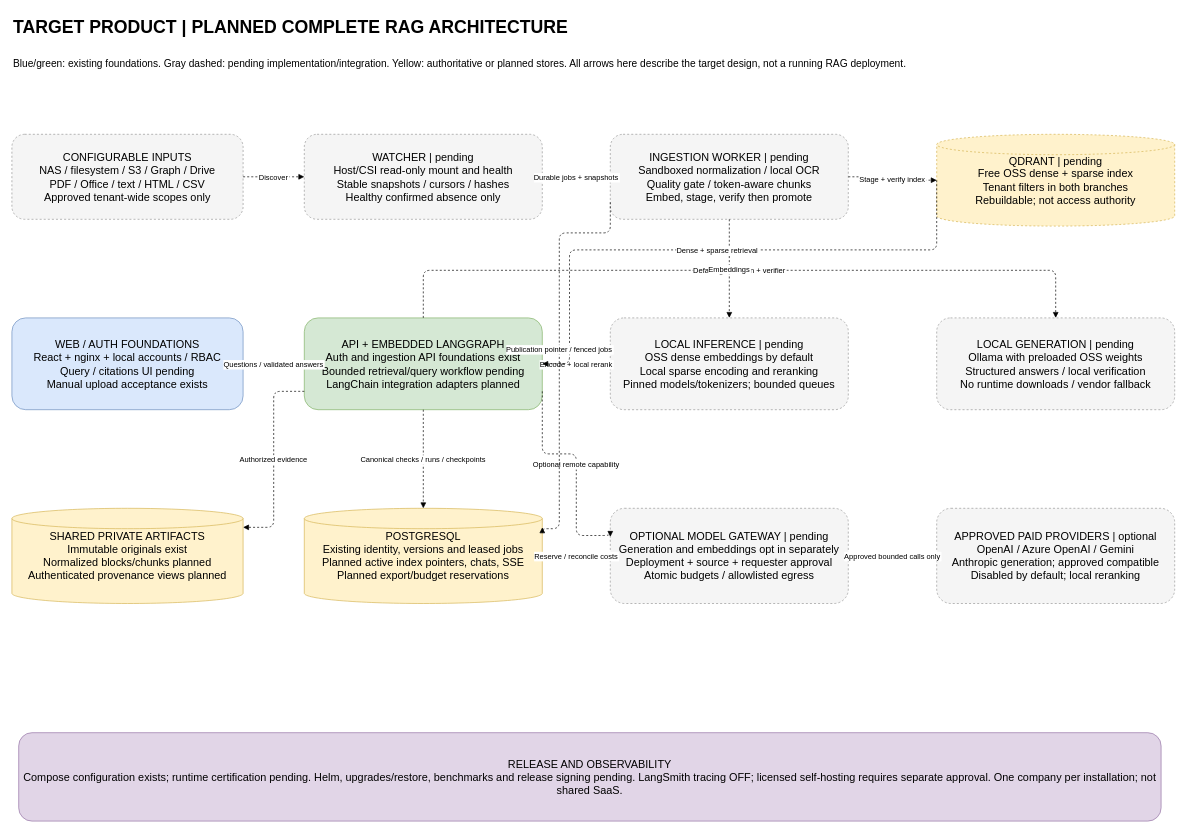
Before: page "3 - Planned Complete RAG" (3 of 3) of Architecture.drawio in mhasan2050/archers, a draw.io diagram. Source tidied: cells renumbered, new cells numbered last; positions are measured from the earlier drawing's top-left corner, leaving out a move shared by most shapes. Both pictures are drawn from the tidied source at 68%, with x=0, y=0 at pixel (12, 12).
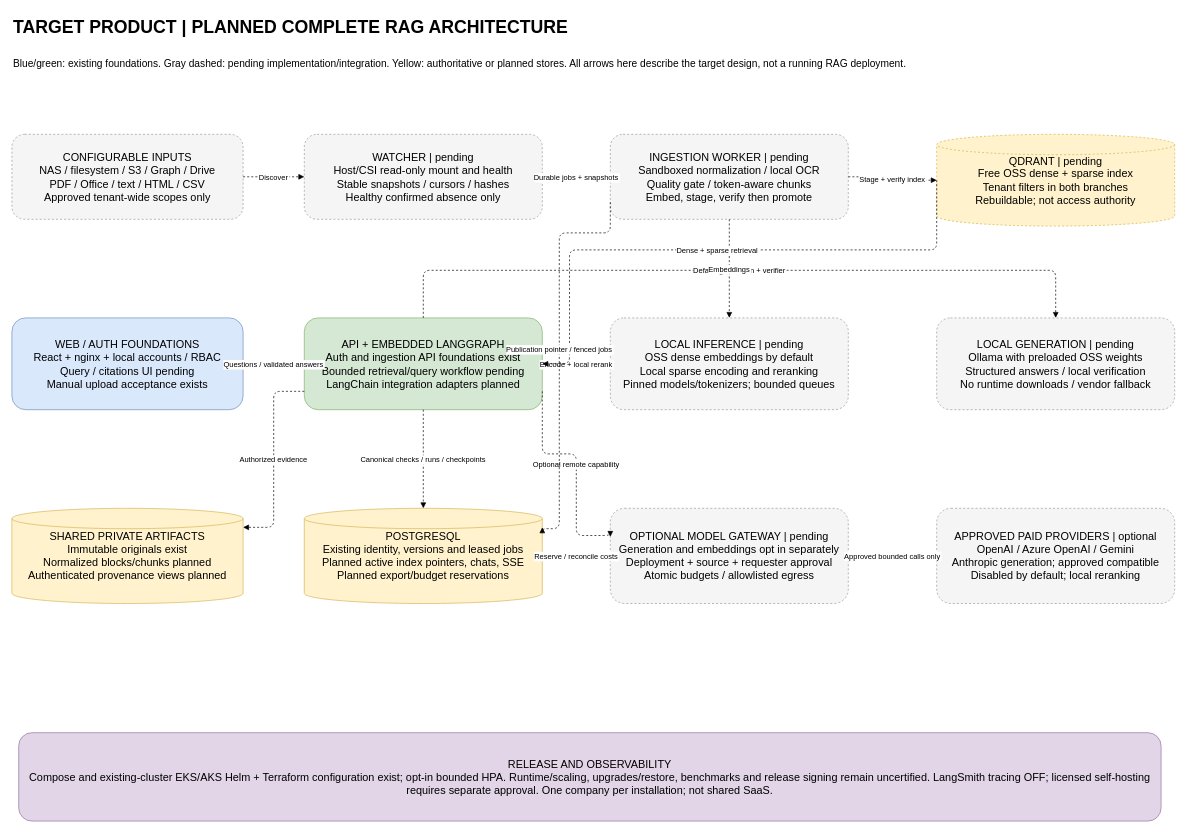
After the change.

What changed in the source:
```diff
@@
-    <mxCell id="16" value="RELEASE AND OBSERVABILITY&#10;Compose configuration exists; runtime certification pending. Helm, upgrades/restore, benchmarks and release signing pending. LangSmith tracing OFF; licensed self-hosting requires separate approval. One company per installation; not shared SaaS." style="rounded=1;whiteSpace=wrap;html=0;fillColor=#e1d5e7;strokeColor=#9673a6;fontSize=16;" parent="1" vertex="1">
+    <mxCell id="16" value="RELEASE AND OBSERVABILITY&#10;Compose and existing-cluster EKS/AKS Helm + Terraform configuration exist; opt-in bounded HPA. Runtime/scaling, upgrades/restore, benchmarks and release signing remain uncertified. LangSmith tracing OFF; licensed self-hosting requires separate approval. One company per installation; not shared SaaS." style="rounded=1;whiteSpace=wrap;html=0;fillColor=#e1d5e7;strokeColor=#9673a6;fontSize=16;" parent="1" vertex="1">
       <mxGeometry x="10" y="1060" width="1680" height="130" as="geometry" />
     </mxCell>
```
